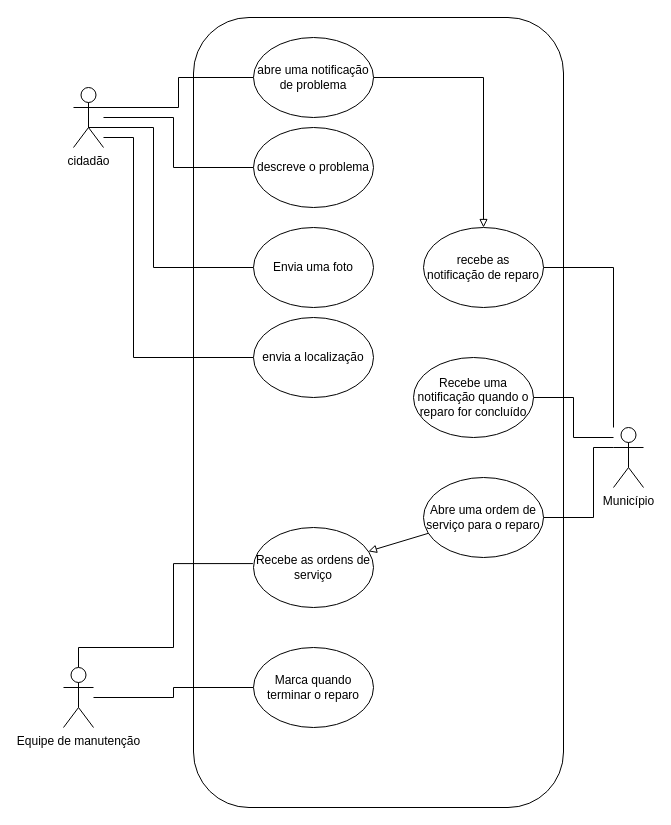
The draw.io diagram diagramas/caso_de_uso.drawio in PuraFome/AEP-Segundo-Semestre-2022, before the edit. Source tidied: cells renumbered, new cells numbered last; positions are measured from the earlier drawing's top-left corner, leaving out a move shared by most shapes. Both pictures are drawn from the tidied source at 100%, with x=0, y=0 at pixel (63, 17).
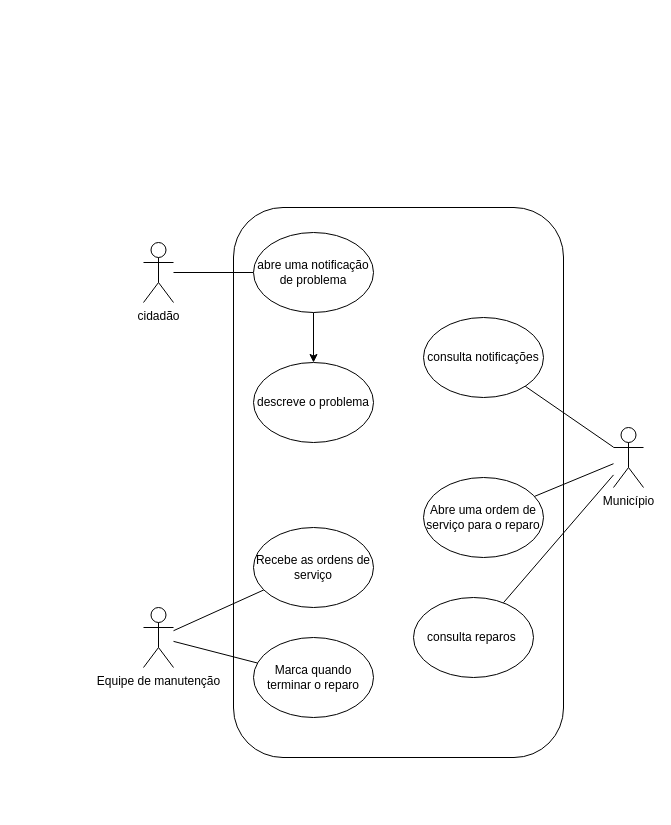
Above is the later version.

Unchanged cells that the change refers to:
```xml
<mxCell id="16" value="Município" style="shape=umlActor;verticalLabelPosition=bottom;verticalAlign=top;html=1;outlineConnect=0;" parent="1" vertex="1">
  <mxGeometry x="550" y="410" width="30" height="60" as="geometry" />
</mxCell>
<mxCell id="19" value="Abre uma ordem de serviço para o reparo" style="ellipse;whiteSpace=wrap;html=1;" parent="1" vertex="1">
  <mxGeometry x="360" y="460" width="120" height="80" as="geometry" />
</mxCell>
<mxCell id="25" value="Recebe as ordens de serviço" style="ellipse;whiteSpace=wrap;html=1;" parent="1" vertex="1">
  <mxGeometry x="190" y="510" width="120" height="80" as="geometry" />
</mxCell>
```

Diff of the diagram source:
```diff
@@
     <mxCell id="2" style="rounded=1;whiteSpace=wrap;html=1;" parent="1" vertex="1">
-      <mxGeometry x="130" width="370" height="790" as="geometry" />
+      <mxGeometry x="170" y="190" width="330" height="550" as="geometry" />
     </mxCell>
-    <mxCell id="3" style="edgeStyle=orthogonalEdgeStyle;rounded=0;jettySize=auto;html=1;exitX=0.5;exitY=0.5;exitDx=0;exitDy=0;exitPerimeter=0;endArrow=none;endFill=0;" parent="1" edge="1" source="7" target="8">
-      <mxGeometry relative="1" as="geometry">
-        <Array as="points">
-          <mxPoint x="25" y="110" />
-          <mxPoint x="90" y="110" />
-          <mxPoint x="90" y="250" />
-        </Array>
-      </mxGeometry>
-    </mxCell>
-    <mxCell id="4" style="edgeStyle=orthogonalEdgeStyle;rounded=0;jettySize=auto;html=1;exitX=0.5;exitY=0.5;exitDx=0;exitDy=0;exitPerimeter=0;endArrow=none;endFill=0;" parent="1" edge="1" source="7" target="10">
-      <mxGeometry relative="1" as="geometry">
-        <Array as="points">
-          <mxPoint x="25" y="90" />
-          <mxPoint x="115" y="90" />
-          <mxPoint x="115" y="60" />
-        </Array>
-      </mxGeometry>
+    <mxCell id="4" style="edgeStyle=none;rounded=0;jettySize=auto;html=1;endArrow=none;endFill=0;" parent="1" edge="1" source="7" target="10">
+      <mxGeometry relative="1" as="geometry" />
     </mxCell>
-    <mxCell id="5" style="edgeStyle=orthogonalEdgeStyle;rounded=0;jettySize=auto;html=1;endArrow=none;endFill=0;" parent="1" edge="1" source="7" target="11">
-      <mxGeometry relative="1" as="geometry">
-        <Array as="points">
-          <mxPoint x="110" y="100" />
-          <mxPoint x="110" y="150" />
-        </Array>
-      </mxGeometry>
-    </mxCell>
-    <mxCell id="6" style="edgeStyle=orthogonalEdgeStyle;rounded=0;jettySize=auto;html=1;entryX=0;entryY=0.5;entryDx=0;entryDy=0;endArrow=none;endFill=0;" parent="1" edge="1" source="7" target="12">
-      <mxGeometry relative="1" as="geometry">
-        <Array as="points">
-          <mxPoint x="70" y="120" />
-          <mxPoint x="70" y="340" />
-        </Array>
-      </mxGeometry>
-    </mxCell>
     <mxCell id="7" value="cidadão&lt;br&gt;" style="shape=umlActor;verticalLabelPosition=bottom;verticalAlign=top;html=1;" parent="1" vertex="1">
-      <mxGeometry x="10" y="70" width="30" height="60" as="geometry" />
+      <mxGeometry x="80" y="225" width="30" height="60" as="geometry" />
     </mxCell>
-    <mxCell id="8" value="Envia uma foto&lt;br&gt;" style="ellipse;whiteSpace=wrap;html=1;" parent="1" vertex="1">
-      <mxGeometry x="190" y="210" width="120" height="80" as="geometry" />
-    </mxCell>
-    <mxCell id="9" style="edgeStyle=orthogonalEdgeStyle;rounded=0;jettySize=auto;html=1;entryX=0.5;entryY=0;entryDx=0;entryDy=0;endArrow=block;endFill=0;" parent="1" edge="1" source="10" target="17">
-      <mxGeometry relative="1" as="geometry" />
-    </mxCell>
+    <mxCell id="26" style="edgeStyle=orthogonalEdgeStyle;rounded=0;jettySize=auto;html=1;" parent="1" edge="1" source="10" target="11">
+      <mxGeometry relative="1" as="geometry" />
+    </mxCell>
     <mxCell id="10" value="abre uma notificação de problema" style="ellipse;whiteSpace=wrap;html=1;" parent="1" vertex="1">
-      <mxGeometry x="190" y="20" width="120" height="80" as="geometry" />
+      <mxGeometry x="190" y="215" width="120" height="80" as="geometry" />
     </mxCell>
     <mxCell id="11" value="descreve o problema" style="ellipse;whiteSpace=wrap;html=1;" parent="1" vertex="1">
-      <mxGeometry x="190" y="110" width="120" height="80" as="geometry" />
+      <mxGeometry x="190" y="345" width="120" height="80" as="geometry" />
     </mxCell>
-    <mxCell id="12" value="envia a localização" style="ellipse;whiteSpace=wrap;html=1;" parent="1" vertex="1">
-      <mxGeometry x="190" y="300" width="120" height="80" as="geometry" />
-    </mxCell>
-    <mxCell id="13" style="edgeStyle=orthogonalEdgeStyle;rounded=0;jettySize=auto;html=1;entryX=1;entryY=0.5;entryDx=0;entryDy=0;endArrow=none;endFill=0;" parent="1" edge="1" source="16" target="17">
-      <mxGeometry relative="1" as="geometry">
-        <Array as="points">
-          <mxPoint x="550" y="250" />
-        </Array>
-      </mxGeometry>
+    <mxCell id="13" style="edgeStyle=none;rounded=0;jettySize=auto;html=1;endArrow=none;endFill=0;" parent="1" edge="1" source="16" target="17">
+      <mxGeometry relative="1" as="geometry" />
     </mxCell>
-    <mxCell id="14" style="edgeStyle=orthogonalEdgeStyle;rounded=0;jettySize=auto;html=1;entryX=1;entryY=0.5;entryDx=0;entryDy=0;endArrow=none;endFill=0;" parent="1" edge="1" source="16" target="19">
-      <mxGeometry relative="1" as="geometry">
-        <Array as="points">
-          <mxPoint x="530" y="430" />
-          <mxPoint x="530" y="500" />
-        </Array>
-      </mxGeometry>
+    <mxCell id="14" style="edgeStyle=none;rounded=0;jettySize=auto;html=1;endArrow=none;endFill=0;" parent="1" edge="1" source="16" target="19">
+      <mxGeometry relative="1" as="geometry" />
     </mxCell>
-    <mxCell id="15" style="edgeStyle=orthogonalEdgeStyle;rounded=0;jettySize=auto;html=1;entryX=1;entryY=0.5;entryDx=0;entryDy=0;endArrow=none;endFill=0;" parent="1" edge="1" source="16" target="20">
-      <mxGeometry relative="1" as="geometry">
-        <Array as="points">
-          <mxPoint x="510" y="420" />
-          <mxPoint x="510" y="380" />
-        </Array>
-      </mxGeometry>
+    <mxCell id="15" style="edgeStyle=none;rounded=0;jettySize=auto;html=1;endArrow=none;endFill=0;" parent="1" edge="1" source="16" target="20">
+      <mxGeometry relative="1" as="geometry" />
     </mxCell>
@@
-    <mxCell id="17" value="recebe as notificação&amp;nbsp;de reparo" style="ellipse;whiteSpace=wrap;html=1;" parent="1" vertex="1">
-      <mxGeometry x="360" y="210" width="120" height="80" as="geometry" />
+    <mxCell id="17" value="consulta notificações" style="ellipse;whiteSpace=wrap;html=1;" parent="1" vertex="1">
+      <mxGeometry x="360" y="300" width="120" height="80" as="geometry" />
     </mxCell>
-    <mxCell id="18" style="edgeStyle=none;rounded=0;jettySize=auto;html=1;endArrow=block;endFill=0;" parent="1" edge="1" source="19" target="25">
-      <mxGeometry relative="1" as="geometry" />
-    </mxCell>
@@
-    <mxCell id="20" value="Recebe uma notificação quando o reparo for concluído" style="ellipse;whiteSpace=wrap;html=1;" parent="1" vertex="1">
-      <mxGeometry x="350" y="340" width="120" height="80" as="geometry" />
+    <mxCell id="20" value="consulta reparos&amp;nbsp;" style="ellipse;whiteSpace=wrap;html=1;" parent="1" vertex="1">
+      <mxGeometry x="350" y="580" width="120" height="80" as="geometry" />
     </mxCell>
-    <mxCell id="21" style="edgeStyle=orthogonalEdgeStyle;rounded=0;jettySize=auto;html=1;entryX=-0.005;entryY=0.451;entryDx=0;entryDy=0;entryPerimeter=0;endArrow=none;endFill=0;" parent="1" edge="1" source="23" target="25">
-      <mxGeometry relative="1" as="geometry">
-        <Array as="points">
-          <mxPoint x="15" y="630" />
-          <mxPoint x="110" y="630" />
-          <mxPoint x="110" y="546" />
-        </Array>
-      </mxGeometry>
+    <mxCell id="21" style="edgeStyle=none;rounded=0;jettySize=auto;html=1;endArrow=none;endFill=0;" parent="1" edge="1" source="23" target="25">
+      <mxGeometry relative="1" as="geometry" />
     </mxCell>
-    <mxCell id="22" style="edgeStyle=orthogonalEdgeStyle;rounded=0;jettySize=auto;html=1;endArrow=none;endFill=0;" parent="1" edge="1" source="23" target="24">
+    <mxCell id="22" style="edgeStyle=none;rounded=0;jettySize=auto;html=1;endArrow=none;endFill=0;" parent="1" edge="1" source="23" target="24">
       <mxGeometry relative="1" as="geometry" />
     </mxCell>
     <mxCell id="23" value="Equipe de manutenção&lt;br&gt;" style="shape=umlActor;verticalLabelPosition=bottom;verticalAlign=top;html=1;outlineConnect=0;" parent="1" vertex="1">
-      <mxGeometry y="650" width="30" height="60" as="geometry" />
+      <mxGeometry x="80" y="590" width="30" height="60" as="geometry" />
     </mxCell>
     <mxCell id="24" value="Marca quando terminar o reparo" style="ellipse;whiteSpace=wrap;html=1;" parent="1" vertex="1">
-      <mxGeometry x="190" y="630" width="120" height="80" as="geometry" />
+      <mxGeometry x="190" y="620" width="120" height="80" as="geometry" />
     </mxCell>
```
